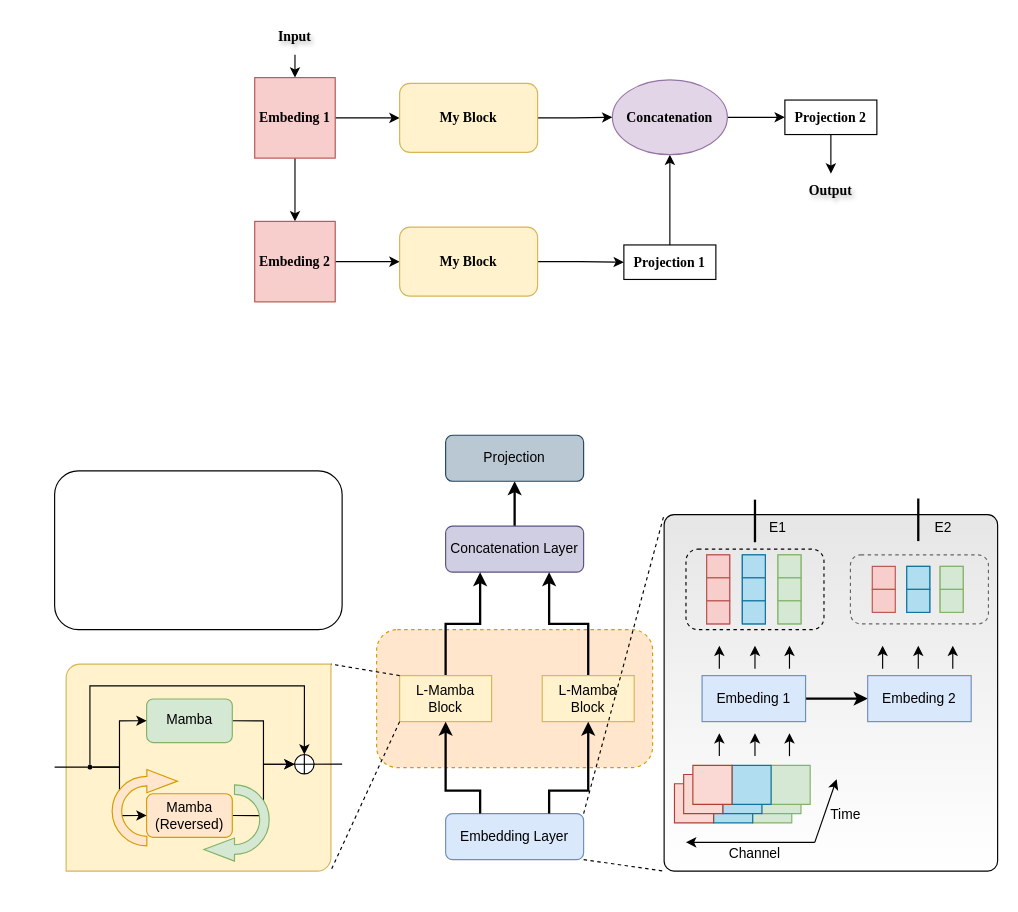
This is page "第 4 页" (4 of 6) of pics/my_model.drawio from nanxi666/TimeMachine, a draw.io file, before an edit. Source tidied: cells renumbered, new cells numbered last; positions are measured from the earlier drawing's top-left corner, leaving out a move shared by most shapes. Both pictures are drawn from the tidied source at 115%, with x=0, y=0 at pixel (20, 20).
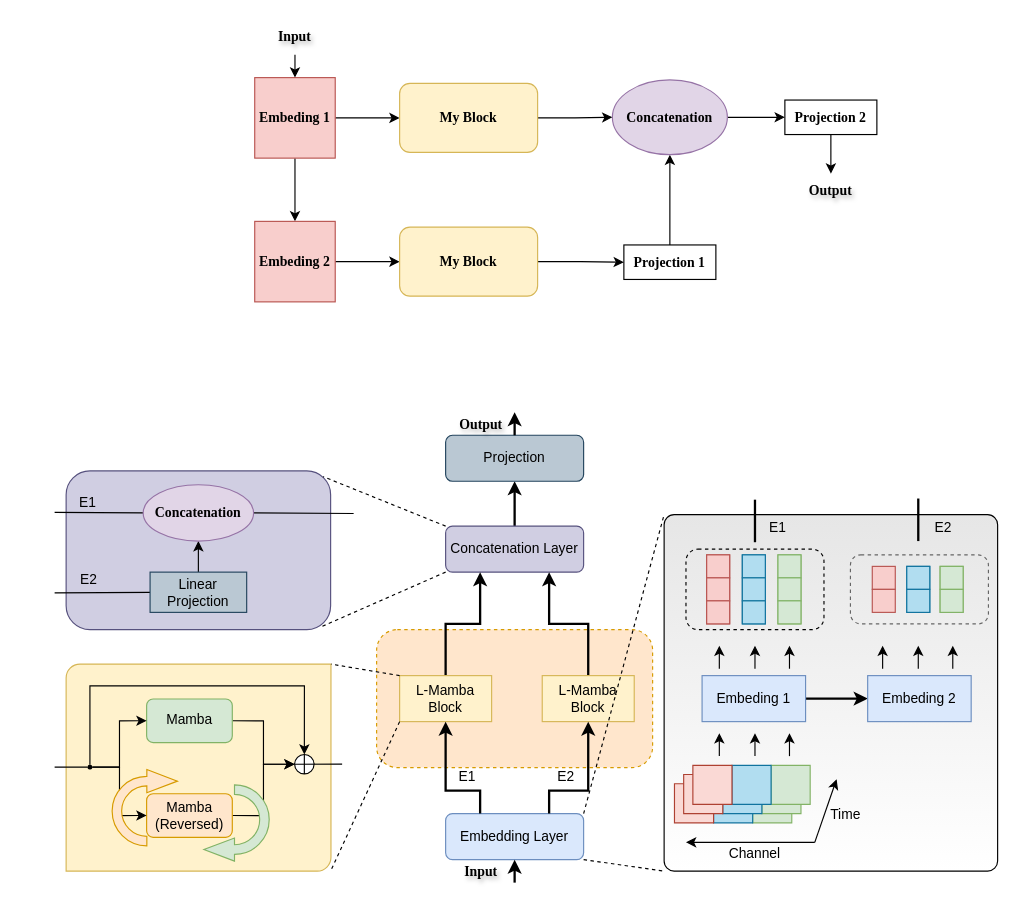
The same page after the edit.

The change refers to these unchanged cells:
```xml
<mxCell id="21" value="Embedding Layer" style="rounded=1;whiteSpace=wrap;html=1;fillColor=#dae8fc;strokeColor=#6c8ebf;" parent="1" vertex="1">
  <mxGeometry x="370" y="690" width="120" height="40" as="geometry" />
</mxCell>
<mxCell id="24" value="Concatenation Layer" style="rounded=1;whiteSpace=wrap;html=1;fillColor=#d0cee2;strokeColor=#56517e;" parent="1" vertex="1">
  <mxGeometry x="370" y="440" width="120" height="40" as="geometry" />
</mxCell>
```

The edit, as a diff of the source:
```diff
@@
+    <mxCell id="105" style="rounded=0;jettySize=auto;html=1;exitX=0;exitY=1;exitDx=0;exitDy=0;entryX=0.959;entryY=0.986;entryDx=0;entryDy=0;dashed=1;endArrow=none;startFill=0;entryPerimeter=0;" parent="1" edge="1" source="24" target="104">
+      <mxGeometry relative="1" as="geometry" />
+    </mxCell>
@@
-    <mxCell id="104" style="rounded=1;whiteSpace=wrap;html=1;" parent="1" vertex="1">
-      <mxGeometry x="30" y="392" width="250" height="138" as="geometry" />
+    <mxCell id="104" style="rounded=1;whiteSpace=wrap;html=1;fillColor=#d0cee2;strokeColor=#56517e;" parent="1" vertex="1">
+      <mxGeometry x="40" y="392" width="230" height="138" as="geometry" />
     </mxCell>
+    <mxCell id="106" style="rounded=0;jettySize=auto;html=1;endArrow=none;startFill=0;" parent="1" edge="1" source="108">
+      <mxGeometry relative="1" as="geometry">
+        <mxPoint x="30" y="498" as="targetPoint" />
+      </mxGeometry>
+    </mxCell>
+    <mxCell id="107" style="edgeStyle=orthogonalEdgeStyle;rounded=0;jettySize=auto;html=1;exitX=0.5;exitY=0;exitDx=0;exitDy=0;entryX=0.5;entryY=1;entryDx=0;entryDy=0;" parent="1" edge="1" source="108" target="111">
+      <mxGeometry relative="1" as="geometry" />
+    </mxCell>
+    <mxCell id="108" value="Linear Projection" style="rounded=0;whiteSpace=wrap;html=1;fillColor=#bac8d3;strokeColor=#23445d;" parent="1" vertex="1">
+      <mxGeometry x="113" y="480" width="84" height="35" as="geometry" />
+    </mxCell>
+    <mxCell id="109" style="rounded=0;jettySize=auto;html=1;exitX=0;exitY=0.5;exitDx=0;exitDy=0;endArrow=none;startFill=0;" parent="1" edge="1" source="111">
+      <mxGeometry relative="1" as="geometry">
+        <mxPoint x="30" y="428" as="targetPoint" />
+      </mxGeometry>
+    </mxCell>
+    <mxCell id="110" style="rounded=0;jettySize=auto;html=1;exitX=1;exitY=0.5;exitDx=0;exitDy=0;endArrow=none;startFill=0;" parent="1" edge="1" source="111">
+      <mxGeometry relative="1" as="geometry">
+        <mxPoint x="290" y="429" as="targetPoint" />
+      </mxGeometry>
+    </mxCell>
+    <mxCell id="111" value="Concatenation" style="ellipse;whiteSpace=wrap;html=1;fillColor=#e1d5e7;strokeColor=#9673a6;fontFamily=Times New Roman;fontStyle=1;" parent="1" vertex="1">
+      <mxGeometry x="107" y="404" width="96" height="49" as="geometry" />
+    </mxCell>
+    <mxCell id="112" style="rounded=0;jettySize=auto;html=1;exitX=0;exitY=0;exitDx=0;exitDy=0;entryX=0.972;entryY=0.036;entryDx=0;entryDy=0;entryPerimeter=0;endArrow=none;startFill=0;dashed=1;" parent="1" edge="1" source="24" target="104">
+      <mxGeometry relative="1" as="geometry" />
+    </mxCell>
+    <mxCell id="113" value="E1" style="text;html=1;align=center;verticalAlign=middle;whiteSpace=wrap;rounded=0;" parent="1" vertex="1">
+      <mxGeometry x="370" y="648" width="38" height="20" as="geometry" />
+    </mxCell>
+    <mxCell id="114" value="E2" style="text;html=1;align=center;verticalAlign=middle;whiteSpace=wrap;rounded=0;" parent="1" vertex="1">
+      <mxGeometry x="456" y="648" width="38" height="20" as="geometry" />
+    </mxCell>
+    <mxCell id="115" value="E1" style="text;html=1;align=center;verticalAlign=middle;whiteSpace=wrap;rounded=0;" parent="1" vertex="1">
+      <mxGeometry x="40" y="410" width="38" height="20" as="geometry" />
+    </mxCell>
+    <mxCell id="116" value="E2" style="text;html=1;align=center;verticalAlign=middle;whiteSpace=wrap;rounded=0;" parent="1" vertex="1">
+      <mxGeometry x="41" y="477" width="38" height="20" as="geometry" />
+    </mxCell>
+    <mxCell id="117" value="Input" style="text;html=1;align=center;verticalAlign=middle;whiteSpace=wrap;rounded=0;spacing=3;textShadow=1;fontFamily=Times New Roman;fontStyle=1;" parent="1" vertex="1">
+      <mxGeometry x="381" y="736" width="40" height="10" as="geometry" />
+    </mxCell>
+    <mxCell id="118" style="edgeStyle=orthogonalEdgeStyle;rounded=0;jettySize=auto;html=1;entryX=0.5;entryY=1;entryDx=0;entryDy=0;strokeWidth=2;" parent="1" edge="1" target="21">
+      <mxGeometry relative="1" as="geometry">
+        <mxPoint x="430" y="750" as="sourcePoint" />
+      </mxGeometry>
+    </mxCell>
+    <mxCell id="119" value="Output" style="text;html=1;align=center;verticalAlign=middle;whiteSpace=wrap;rounded=0;spacing=3;textShadow=1;fontFamily=Times New Roman;fontStyle=1;" parent="1" vertex="1">
+      <mxGeometry x="381" y="347" width="40" height="10" as="geometry" />
+    </mxCell>
+    <mxCell id="120" style="edgeStyle=orthogonalEdgeStyle;rounded=0;orthogonalLoop=1;jettySize=auto;html=1;entryX=0.5;entryY=1;entryDx=0;entryDy=0;strokeWidth=2;" parent="1" edge="1">
+      <mxGeometry relative="1" as="geometry">
+        <mxPoint x="430" y="361" as="sourcePoint" />
+        <mxPoint x="430" y="341" as="targetPoint" />
+      </mxGeometry>
+    </mxCell>
```
